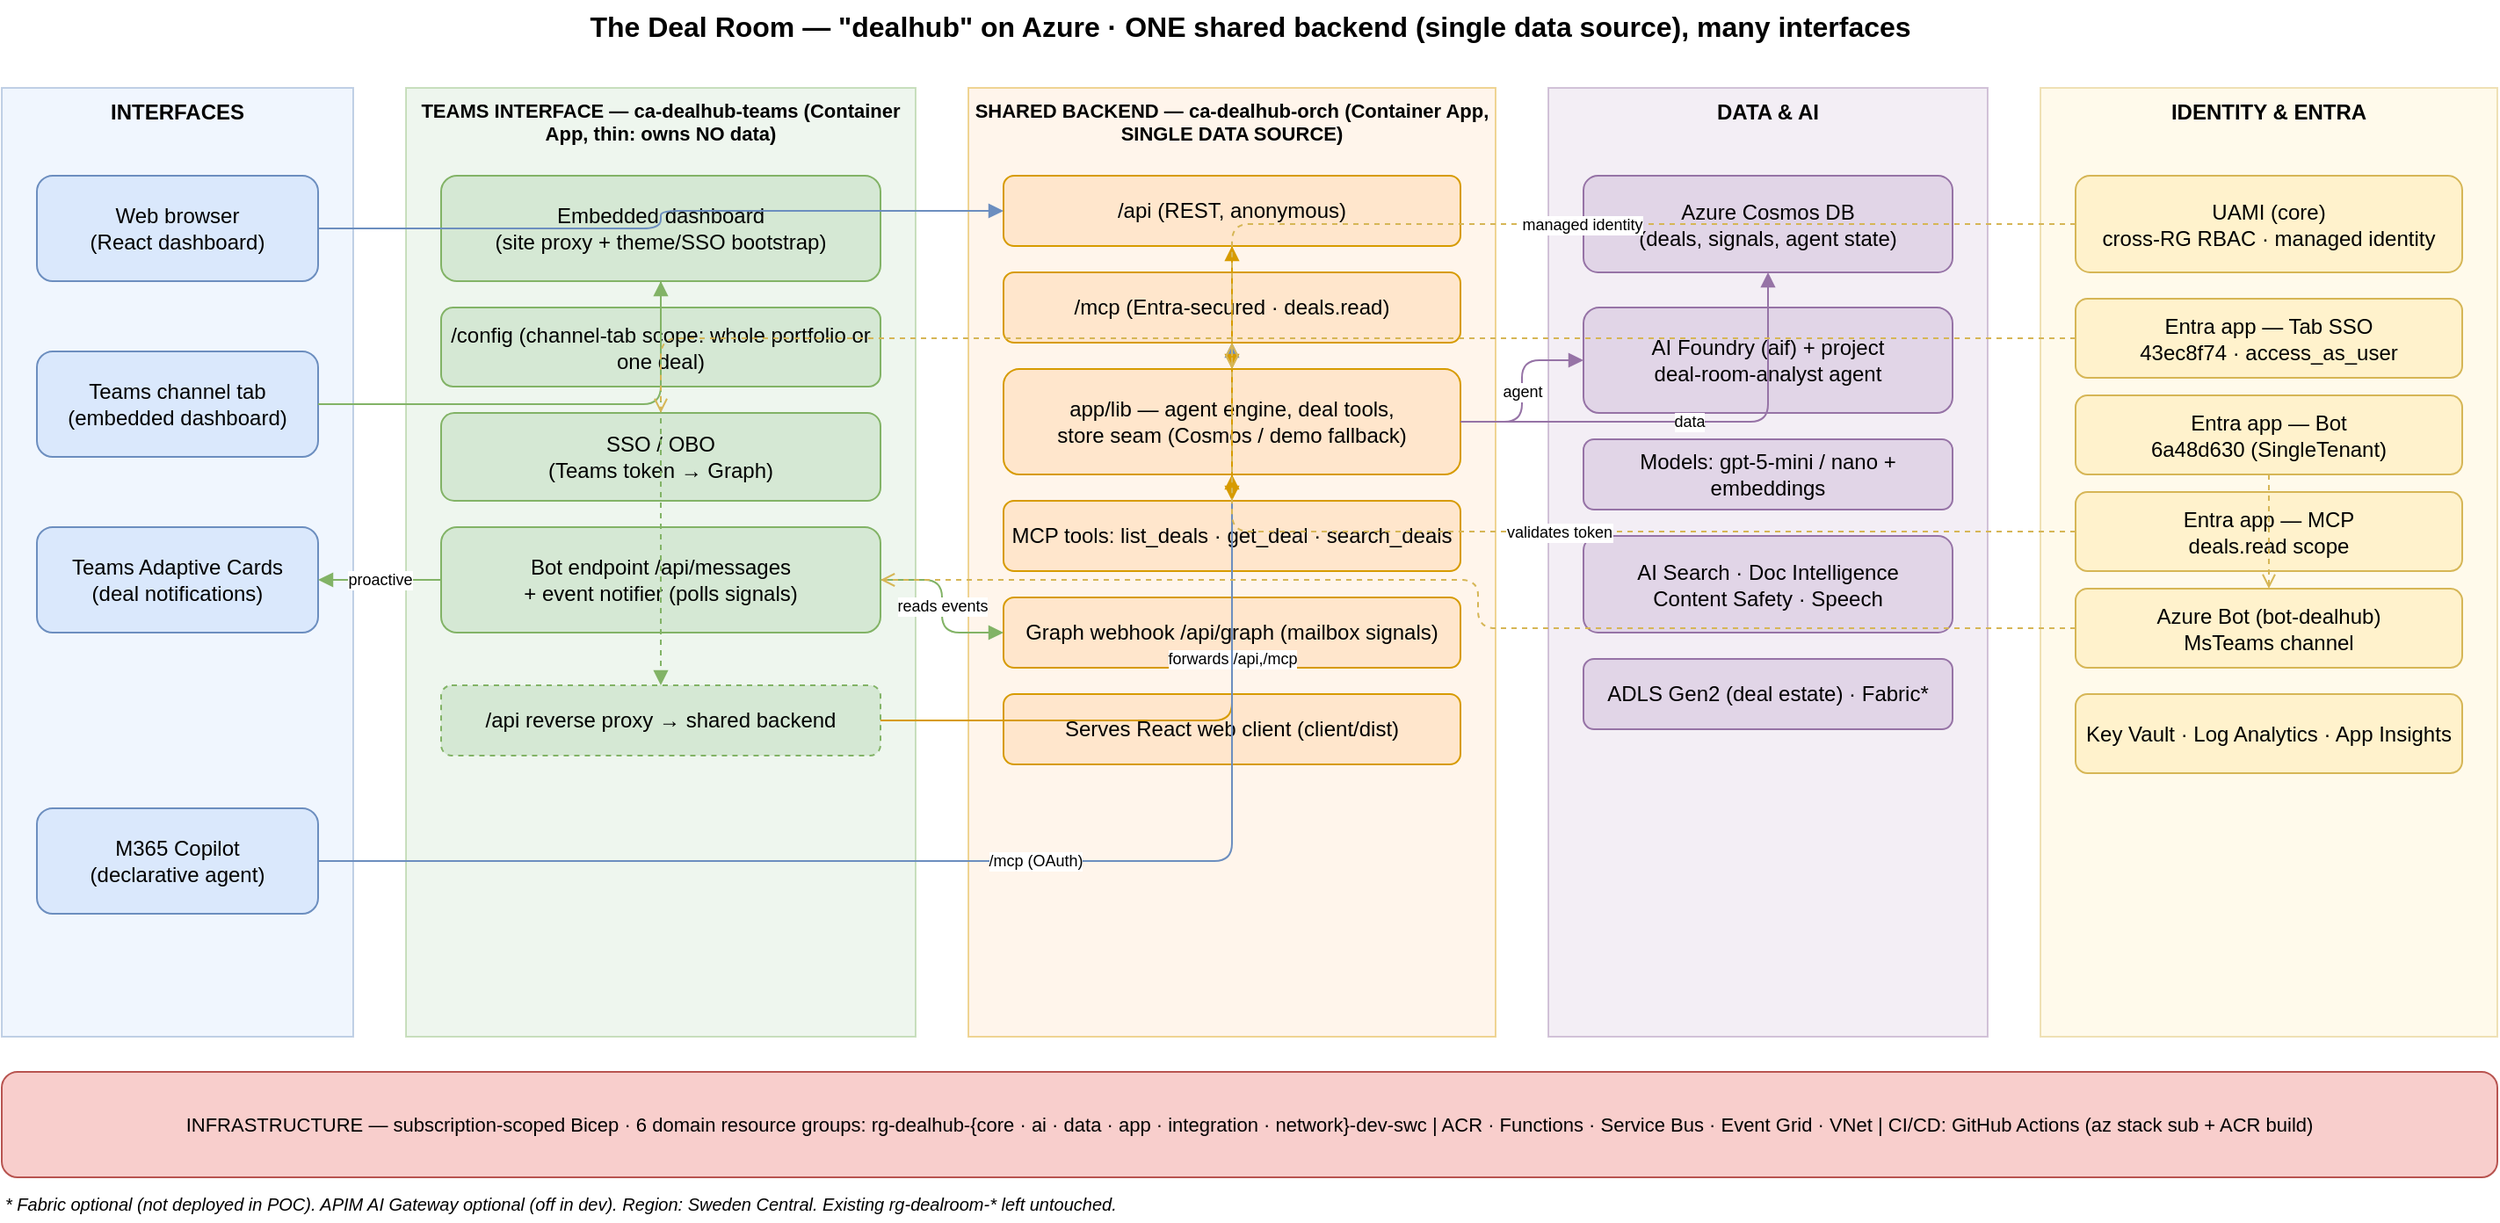
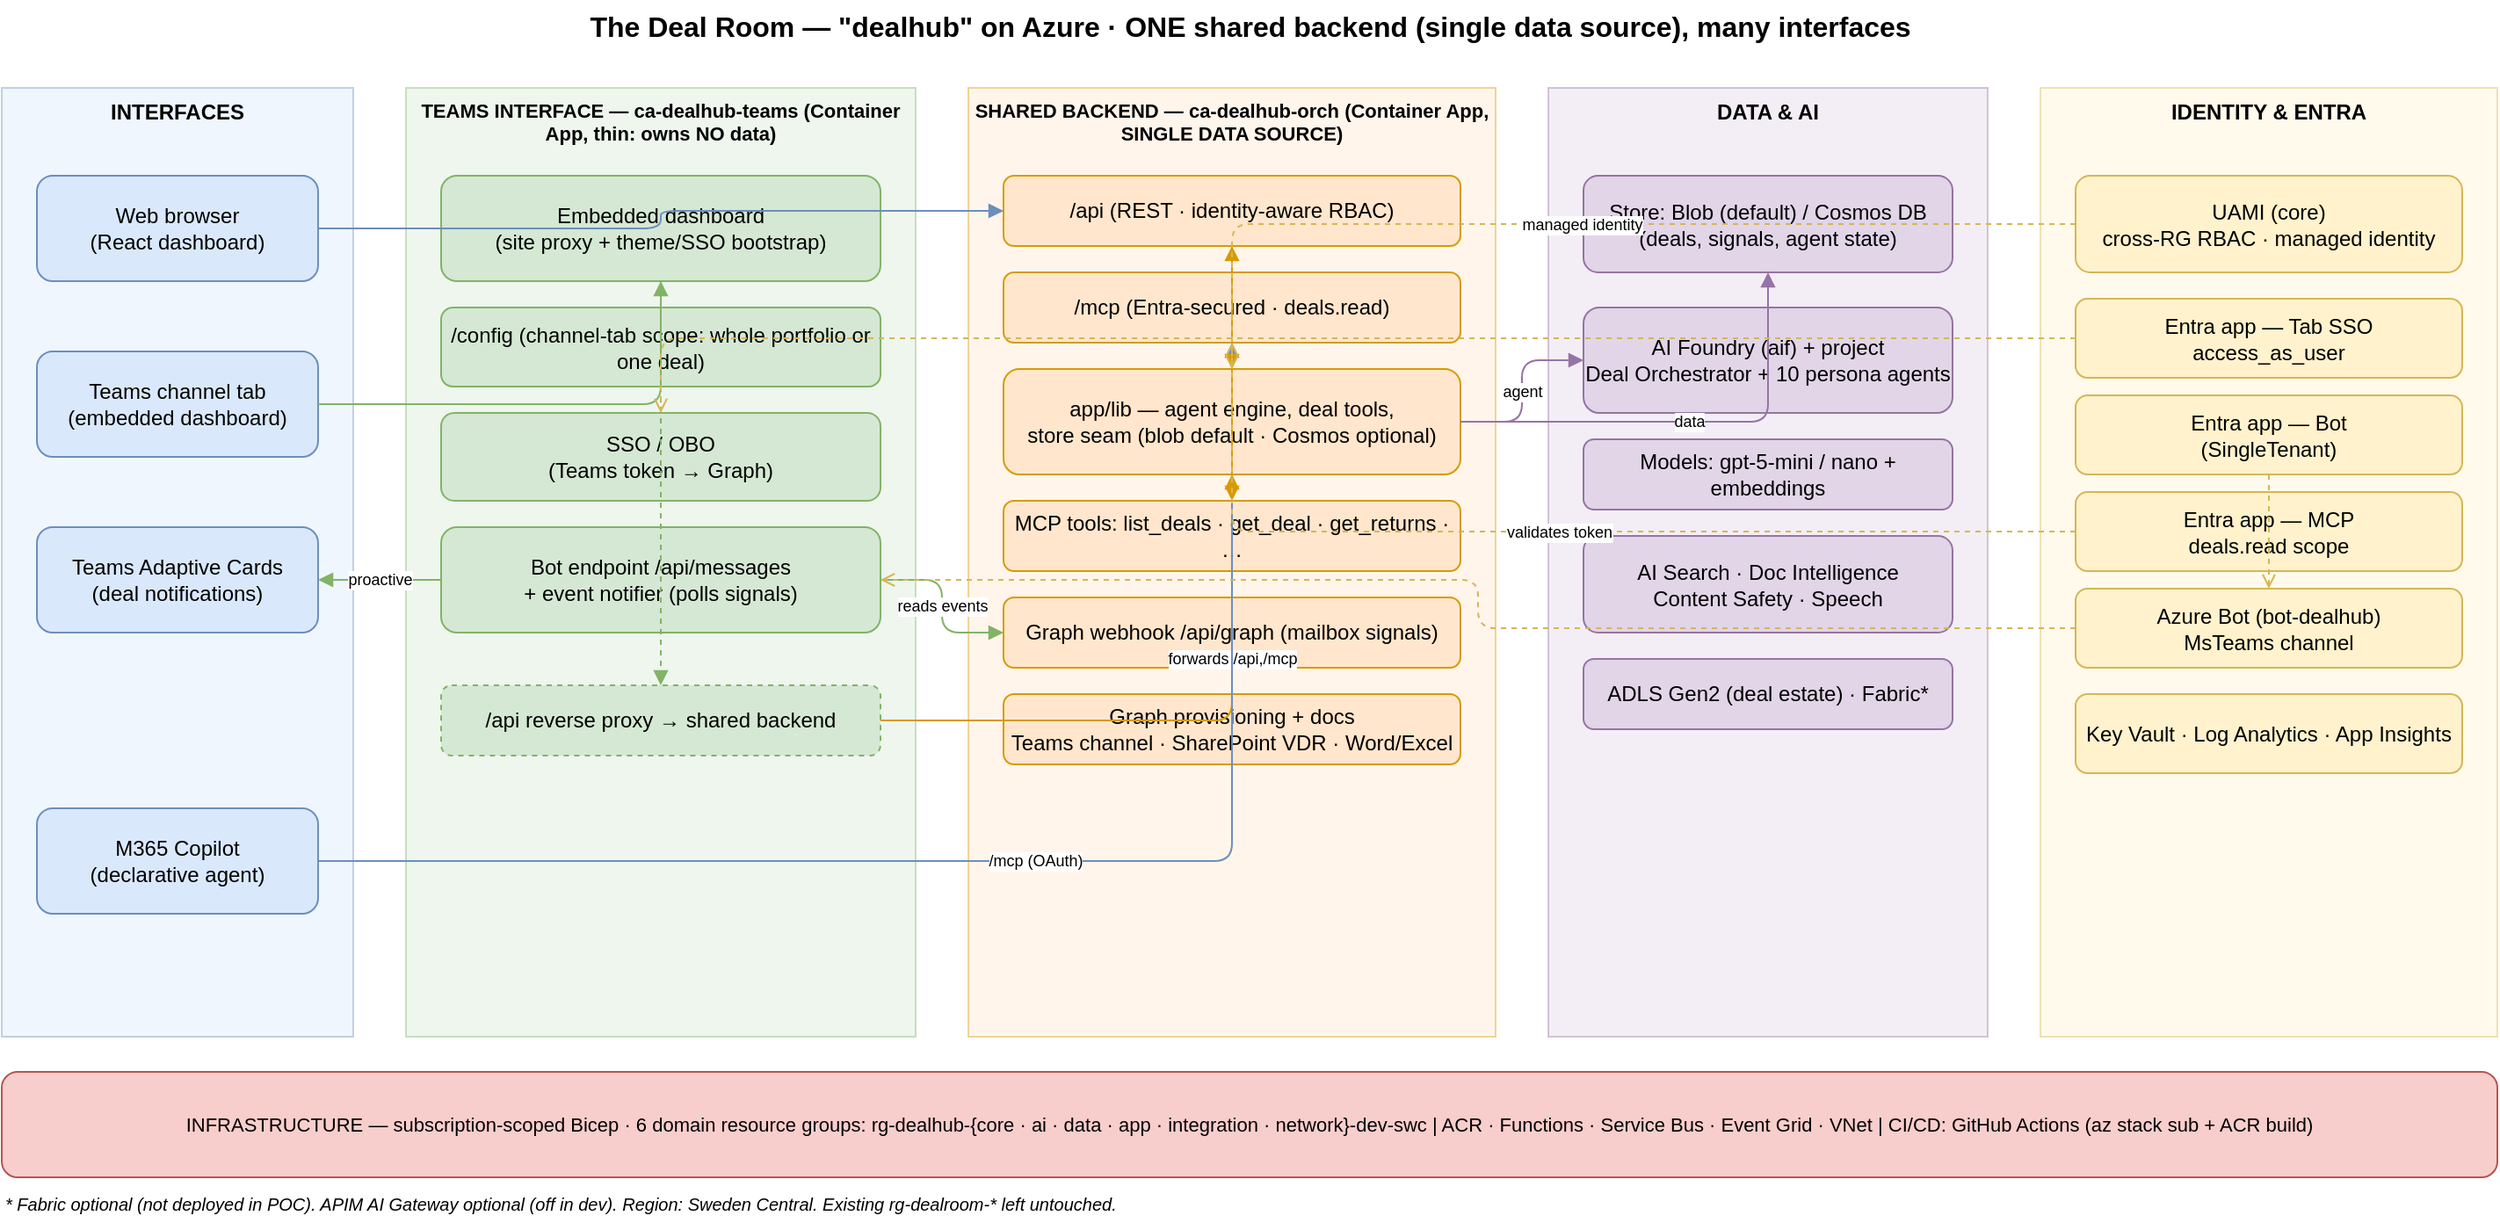
<mxfile host="app.diagrams.net" agent="deal-room" version="24.7.0">
  <diagram name="Deal Room — dealhub" id="dealhub-arch">
    <mxGraphModel dx="1600" dy="1000" grid="1" gridSize="10" guides="1" tooltips="1" connect="1" arrows="1" fold="1" page="1" pageScale="1" pageWidth="1500" pageHeight="1000" math="0" shadow="0">
      <root>
        <mxCell id="0" />
        <mxCell id="1" parent="0" />

        <mxCell id="title" value="The Deal Room — &quot;dealhub&quot; on Azure  ·  ONE shared backend (single data source), many interfaces" style="text;html=1;align=center;verticalAlign=middle;fontSize=16;fontStyle=1;" vertex="1" parent="1">
          <mxGeometry x="40" y="10" width="1420" height="30" as="geometry" />
        </mxCell>

        <!-- ================= LANES ================= -->
        <mxCell id="laneIf" value="INTERFACES" style="rounded=0;whiteSpace=wrap;html=1;verticalAlign=top;fontStyle=1;fontSize=12;fillColor=#dae8fc;strokeColor=#6c8ebf;opacity=40;" vertex="1" parent="1">
          <mxGeometry x="40" y="60" width="200" height="540" as="geometry" />
        </mxCell>
        <mxCell id="laneTeams" value="TEAMS INTERFACE — ca-dealhub-teams (Container App, thin: owns NO data)" style="rounded=0;whiteSpace=wrap;html=1;verticalAlign=top;fontStyle=1;fontSize=11;fillColor=#d5e8d4;strokeColor=#82b366;opacity=40;" vertex="1" parent="1">
          <mxGeometry x="270" y="60" width="290" height="540" as="geometry" />
        </mxCell>
        <mxCell id="laneBackend" value="SHARED BACKEND — ca-dealhub-orch (Container App, SINGLE DATA SOURCE)" style="rounded=0;whiteSpace=wrap;html=1;verticalAlign=top;fontStyle=1;fontSize=11;fillColor=#ffe6cc;strokeColor=#d79b00;opacity=40;" vertex="1" parent="1">
          <mxGeometry x="590" y="60" width="300" height="540" as="geometry" />
        </mxCell>
        <mxCell id="laneData" value="DATA &amp; AI" style="rounded=0;whiteSpace=wrap;html=1;verticalAlign=top;fontStyle=1;fontSize=12;fillColor=#e1d5e7;strokeColor=#9673a6;opacity=40;" vertex="1" parent="1">
          <mxGeometry x="920" y="60" width="250" height="540" as="geometry" />
        </mxCell>
        <mxCell id="laneId" value="IDENTITY &amp; ENTRA" style="rounded=0;whiteSpace=wrap;html=1;verticalAlign=top;fontStyle=1;fontSize=12;fillColor=#fff2cc;strokeColor=#d6b656;opacity=40;" vertex="1" parent="1">
          <mxGeometry x="1200" y="60" width="260" height="540" as="geometry" />
        </mxCell>

        <!-- ================= INTERFACES ================= -->
        <mxCell id="web" value="Web browser&#10;(React dashboard)" style="rounded=1;whiteSpace=wrap;html=1;fillColor=#dae8fc;strokeColor=#6c8ebf;" vertex="1" parent="1">
          <mxGeometry x="60" y="110" width="160" height="60" as="geometry" />
        </mxCell>
        <mxCell id="teamsTab" value="Teams channel tab&#10;(embedded dashboard)" style="rounded=1;whiteSpace=wrap;html=1;fillColor=#dae8fc;strokeColor=#6c8ebf;" vertex="1" parent="1">
          <mxGeometry x="60" y="210" width="160" height="60" as="geometry" />
        </mxCell>
        <mxCell id="teamsCards" value="Teams Adaptive Cards&#10;(deal notifications)" style="rounded=1;whiteSpace=wrap;html=1;fillColor=#dae8fc;strokeColor=#6c8ebf;" vertex="1" parent="1">
          <mxGeometry x="60" y="310" width="160" height="60" as="geometry" />
        </mxCell>
        <mxCell id="copilot" value="M365 Copilot&#10;(declarative agent)" style="rounded=1;whiteSpace=wrap;html=1;fillColor=#dae8fc;strokeColor=#6c8ebf;" vertex="1" parent="1">
          <mxGeometry x="60" y="470" width="160" height="60" as="geometry" />
        </mxCell>

        <!-- ================= TEAMS APP ================= -->
        <mxCell id="tProxy" value="Embedded dashboard&#10;(site proxy + theme/SSO bootstrap)" style="rounded=1;whiteSpace=wrap;html=1;fillColor=#d5e8d4;strokeColor=#82b366;" vertex="1" parent="1">
          <mxGeometry x="290" y="110" width="250" height="60" as="geometry" />
        </mxCell>
        <mxCell id="tConfig" value="/config  (channel-tab scope: whole portfolio or one deal)" style="rounded=1;whiteSpace=wrap;html=1;fillColor=#d5e8d4;strokeColor=#82b366;" vertex="1" parent="1">
          <mxGeometry x="290" y="185" width="250" height="45" as="geometry" />
        </mxCell>
        <mxCell id="tSso" value="SSO / OBO&#10;(Teams token → Graph)" style="rounded=1;whiteSpace=wrap;html=1;fillColor=#d5e8d4;strokeColor=#82b366;" vertex="1" parent="1">
          <mxGeometry x="290" y="245" width="250" height="50" as="geometry" />
        </mxCell>
        <mxCell id="tBot" value="Bot endpoint /api/messages&#10;+ event notifier (polls signals)" style="rounded=1;whiteSpace=wrap;html=1;fillColor=#d5e8d4;strokeColor=#82b366;" vertex="1" parent="1">
          <mxGeometry x="290" y="310" width="250" height="60" as="geometry" />
        </mxCell>
        <mxCell id="tProxyApi" value="/api reverse proxy → shared backend" style="rounded=1;whiteSpace=wrap;html=1;fillColor=#d5e8d4;strokeColor=#82b366;dashed=1;" vertex="1" parent="1">
          <mxGeometry x="290" y="400" width="250" height="40" as="geometry" />
        </mxCell>

        <!-- ================= BACKEND ================= -->
-         <mxCell id="bApi" value="/api  (REST, anonymous)" style="rounded=1;whiteSpace=wrap;html=1;fillColor=#ffe6cc;strokeColor=#d79b00;" vertex="1" parent="1">
+         <mxCell id="bApi" value="/api  (REST · identity-aware RBAC)" style="rounded=1;whiteSpace=wrap;html=1;fillColor=#ffe6cc;strokeColor=#d79b00;" vertex="1" parent="1">
          <mxGeometry x="610" y="110" width="260" height="40" as="geometry" />
        </mxCell>
        <mxCell id="bMcp" value="/mcp  (Entra-secured · deals.read)" style="rounded=1;whiteSpace=wrap;html=1;fillColor=#ffe6cc;strokeColor=#d79b00;" vertex="1" parent="1">
          <mxGeometry x="610" y="165" width="260" height="40" as="geometry" />
        </mxCell>
-         <mxCell id="bLib" value="app/lib — agent engine, deal tools,&#10;store seam (Cosmos / demo fallback)" style="rounded=1;whiteSpace=wrap;html=1;fillColor=#ffe6cc;strokeColor=#d79b00;" vertex="1" parent="1">
+         <mxCell id="bLib" value="app/lib — agent engine, deal tools,&#10;store seam (blob default · Cosmos optional)" style="rounded=1;whiteSpace=wrap;html=1;fillColor=#ffe6cc;strokeColor=#d79b00;" vertex="1" parent="1">
          <mxGeometry x="610" y="220" width="260" height="60" as="geometry" />
        </mxCell>
-         <mxCell id="bTools" value="MCP tools: list_deals · get_deal · search_deals" style="rounded=1;whiteSpace=wrap;html=1;fillColor=#ffe6cc;strokeColor=#d79b00;" vertex="1" parent="1">
+         <mxCell id="bTools" value="MCP tools: list_deals · get_deal · get_returns · …" style="rounded=1;whiteSpace=wrap;html=1;fillColor=#ffe6cc;strokeColor=#d79b00;" vertex="1" parent="1">
          <mxGeometry x="610" y="295" width="260" height="40" as="geometry" />
        </mxCell>
        <mxCell id="bGraph" value="Graph webhook /api/graph (mailbox signals)" style="rounded=1;whiteSpace=wrap;html=1;fillColor=#ffe6cc;strokeColor=#d79b00;" vertex="1" parent="1">
          <mxGeometry x="610" y="350" width="260" height="40" as="geometry" />
        </mxCell>
-         <mxCell id="bWeb" value="Serves React web client (client/dist)" style="rounded=1;whiteSpace=wrap;html=1;fillColor=#ffe6cc;strokeColor=#d79b00;" vertex="1" parent="1">
+         <mxCell id="bWeb" value="Graph provisioning + docs&#10;Teams channel · SharePoint VDR · Word/Excel" style="rounded=1;whiteSpace=wrap;html=1;fillColor=#ffe6cc;strokeColor=#d79b00;" vertex="1" parent="1">
          <mxGeometry x="610" y="405" width="260" height="40" as="geometry" />
        </mxCell>

        <!-- ================= DATA & AI ================= -->
-         <mxCell id="cosmos" value="Azure Cosmos DB&#10;(deals, signals, agent state)" style="rounded=1;whiteSpace=wrap;html=1;fillColor=#e1d5e7;strokeColor=#9673a6;" vertex="1" parent="1">
+         <mxCell id="cosmos" value="Store: Blob (default) / Cosmos DB&#10;(deals, signals, agent state)" style="rounded=1;whiteSpace=wrap;html=1;fillColor=#e1d5e7;strokeColor=#9673a6;" vertex="1" parent="1">
          <mxGeometry x="940" y="110" width="210" height="55" as="geometry" />
        </mxCell>
-         <mxCell id="foundry" value="AI Foundry (aif) + project&#10;deal-room-analyst agent" style="rounded=1;whiteSpace=wrap;html=1;fillColor=#e1d5e7;strokeColor=#9673a6;" vertex="1" parent="1">
+         <mxCell id="foundry" value="AI Foundry (aif) + project&#10;Deal Orchestrator + 10 persona agents" style="rounded=1;whiteSpace=wrap;html=1;fillColor=#e1d5e7;strokeColor=#9673a6;" vertex="1" parent="1">
          <mxGeometry x="940" y="185" width="210" height="60" as="geometry" />
        </mxCell>
        <mxCell id="models" value="Models: gpt-5-mini / nano + embeddings" style="rounded=1;whiteSpace=wrap;html=1;fillColor=#e1d5e7;strokeColor=#9673a6;" vertex="1" parent="1">
          <mxGeometry x="940" y="260" width="210" height="40" as="geometry" />
        </mxCell>
        <mxCell id="aisvc" value="AI Search · Doc Intelligence&#10;Content Safety · Speech" style="rounded=1;whiteSpace=wrap;html=1;fillColor=#e1d5e7;strokeColor=#9673a6;" vertex="1" parent="1">
          <mxGeometry x="940" y="315" width="210" height="55" as="geometry" />
        </mxCell>
        <mxCell id="adls" value="ADLS Gen2 (deal estate) · Fabric*" style="rounded=1;whiteSpace=wrap;html=1;fillColor=#e1d5e7;strokeColor=#9673a6;" vertex="1" parent="1">
          <mxGeometry x="940" y="385" width="210" height="40" as="geometry" />
        </mxCell>

        <!-- ================= IDENTITY ================= -->
        <mxCell id="uami" value="UAMI (core)&#10;cross-RG RBAC · managed identity" style="rounded=1;whiteSpace=wrap;html=1;fillColor=#fff2cc;strokeColor=#d6b656;" vertex="1" parent="1">
          <mxGeometry x="1220" y="110" width="220" height="55" as="geometry" />
        </mxCell>
-         <mxCell id="entraSso" value="Entra app — Tab SSO&#10;43ec8f74 · access_as_user" style="rounded=1;whiteSpace=wrap;html=1;fillColor=#fff2cc;strokeColor=#d6b656;" vertex="1" parent="1">
+         <mxCell id="entraSso" value="Entra app — Tab SSO&#10;access_as_user" style="rounded=1;whiteSpace=wrap;html=1;fillColor=#fff2cc;strokeColor=#d6b656;" vertex="1" parent="1">
          <mxGeometry x="1220" y="180" width="220" height="45" as="geometry" />
        </mxCell>
-         <mxCell id="entraBot" value="Entra app — Bot&#10;6a48d630 (SingleTenant)" style="rounded=1;whiteSpace=wrap;html=1;fillColor=#fff2cc;strokeColor=#d6b656;" vertex="1" parent="1">
+         <mxCell id="entraBot" value="Entra app — Bot&#10;(SingleTenant)" style="rounded=1;whiteSpace=wrap;html=1;fillColor=#fff2cc;strokeColor=#d6b656;" vertex="1" parent="1">
          <mxGeometry x="1220" y="235" width="220" height="45" as="geometry" />
        </mxCell>
        <mxCell id="entraMcp" value="Entra app — MCP&#10;deals.read scope" style="rounded=1;whiteSpace=wrap;html=1;fillColor=#fff2cc;strokeColor=#d6b656;" vertex="1" parent="1">
          <mxGeometry x="1220" y="290" width="220" height="45" as="geometry" />
        </mxCell>
        <mxCell id="azBot" value="Azure Bot (bot-dealhub)&#10;MsTeams channel" style="rounded=1;whiteSpace=wrap;html=1;fillColor=#fff2cc;strokeColor=#d6b656;" vertex="1" parent="1">
          <mxGeometry x="1220" y="345" width="220" height="45" as="geometry" />
        </mxCell>
        <mxCell id="core" value="Key Vault · Log Analytics · App Insights" style="rounded=1;whiteSpace=wrap;html=1;fillColor=#fff2cc;strokeColor=#d6b656;" vertex="1" parent="1">
          <mxGeometry x="1220" y="405" width="220" height="45" as="geometry" />
        </mxCell>

        <!-- ================= INFRA BAR ================= -->
        <mxCell id="infra" value="INFRASTRUCTURE — subscription-scoped Bicep · 6 domain resource groups: rg-dealhub-{core · ai · data · app · integration · network}-dev-swc   |   ACR · Functions · Service Bus · Event Grid · VNet   |   CI/CD: GitHub Actions (az stack sub + ACR build)" style="rounded=1;whiteSpace=wrap;html=1;fillColor=#f8cecc;strokeColor=#b85450;fontSize=11;verticalAlign=middle;" vertex="1" parent="1">
          <mxGeometry x="40" y="620" width="1420" height="60" as="geometry" />
        </mxCell>
        <mxCell id="note" value="* Fabric optional (not deployed in POC). APIM AI Gateway optional (off in dev).  Region: Sweden Central.  Existing rg-dealroom-* left untouched." style="text;html=1;align=left;verticalAlign=middle;fontSize=10;fontStyle=2;" vertex="1" parent="1">
          <mxGeometry x="40" y="685" width="1420" height="20" as="geometry" />
        </mxCell>

        <!-- ================= EDGES ================= -->
        <mxCell id="e1" style="edgeStyle=orthogonalEdgeStyle;rounded=1;html=1;endArrow=block;strokeColor=#6c8ebf;" edge="1" parent="1" source="web" target="bApi"><mxGeometry relative="1" as="geometry" /></mxCell>
        <mxCell id="e2" style="edgeStyle=orthogonalEdgeStyle;rounded=1;html=1;endArrow=block;strokeColor=#82b366;" edge="1" parent="1" source="teamsTab" target="tProxy"><mxGeometry relative="1" as="geometry" /></mxCell>
        <mxCell id="e3" value="forwards /api,/mcp" style="edgeStyle=orthogonalEdgeStyle;rounded=1;html=1;endArrow=block;strokeColor=#d79b00;fontSize=9;" edge="1" parent="1" source="tProxyApi" target="bApi"><mxGeometry relative="1" as="geometry" /></mxCell>
        <mxCell id="e4" style="edgeStyle=orthogonalEdgeStyle;rounded=1;html=1;endArrow=block;dashed=1;strokeColor=#82b366;" edge="1" parent="1" source="tProxy" target="tProxyApi"><mxGeometry relative="1" as="geometry" /></mxCell>
        <mxCell id="e5" value="proactive" style="edgeStyle=orthogonalEdgeStyle;rounded=1;html=1;endArrow=block;strokeColor=#82b366;fontSize=9;" edge="1" parent="1" source="tBot" target="teamsCards"><mxGeometry relative="1" as="geometry" /></mxCell>
        <mxCell id="e6" value="reads events" style="edgeStyle=orthogonalEdgeStyle;rounded=1;html=1;endArrow=block;strokeColor=#82b366;fontSize=9;" edge="1" parent="1" source="tBot" target="bGraph"><mxGeometry relative="1" as="geometry" /></mxCell>
        <mxCell id="e7" value="/mcp (OAuth)" style="edgeStyle=orthogonalEdgeStyle;rounded=1;html=1;endArrow=block;strokeColor=#6c8ebf;fontSize=9;" edge="1" parent="1" source="copilot" target="bMcp"><mxGeometry relative="1" as="geometry" /></mxCell>
        <mxCell id="e8" style="edgeStyle=orthogonalEdgeStyle;rounded=1;html=1;endArrow=block;strokeColor=#d79b00;" edge="1" parent="1" source="bApi" target="bLib"><mxGeometry relative="1" as="geometry" /></mxCell>
        <mxCell id="e9" style="edgeStyle=orthogonalEdgeStyle;rounded=1;html=1;endArrow=block;strokeColor=#d79b00;" edge="1" parent="1" source="bMcp" target="bTools"><mxGeometry relative="1" as="geometry" /></mxCell>
        <mxCell id="e10" style="edgeStyle=orthogonalEdgeStyle;rounded=1;html=1;endArrow=block;strokeColor=#d79b00;" edge="1" parent="1" source="bTools" target="bLib"><mxGeometry relative="1" as="geometry" /></mxCell>
        <mxCell id="e11" value="data" style="edgeStyle=orthogonalEdgeStyle;rounded=1;html=1;endArrow=block;strokeColor=#9673a6;fontSize=9;" edge="1" parent="1" source="bLib" target="cosmos"><mxGeometry relative="1" as="geometry" /></mxCell>
        <mxCell id="e12" value="agent" style="edgeStyle=orthogonalEdgeStyle;rounded=1;html=1;endArrow=block;strokeColor=#9673a6;fontSize=9;" edge="1" parent="1" source="bLib" target="foundry"><mxGeometry relative="1" as="geometry" /></mxCell>
        <mxCell id="e13" value="managed identity" style="edgeStyle=orthogonalEdgeStyle;rounded=1;html=1;endArrow=open;dashed=1;strokeColor=#d6b656;fontSize=9;" edge="1" parent="1" source="uami" target="bLib"><mxGeometry relative="1" as="geometry" /></mxCell>
        <mxCell id="e14" style="edgeStyle=orthogonalEdgeStyle;rounded=1;html=1;endArrow=open;dashed=1;strokeColor=#d6b656;" edge="1" parent="1" source="entraSso" target="tSso"><mxGeometry relative="1" as="geometry" /></mxCell>
        <mxCell id="e15" style="edgeStyle=orthogonalEdgeStyle;rounded=1;html=1;endArrow=open;dashed=1;strokeColor=#d6b656;" edge="1" parent="1" source="entraBot" target="azBot"><mxGeometry relative="1" as="geometry" /></mxCell>
        <mxCell id="e16" style="edgeStyle=orthogonalEdgeStyle;rounded=1;html=1;endArrow=open;dashed=1;strokeColor=#d6b656;" edge="1" parent="1" source="azBot" target="tBot"><mxGeometry relative="1" as="geometry" /></mxCell>
        <mxCell id="e17" value="validates token" style="edgeStyle=orthogonalEdgeStyle;rounded=1;html=1;endArrow=open;dashed=1;strokeColor=#d6b656;fontSize=9;" edge="1" parent="1" source="entraMcp" target="bMcp"><mxGeometry relative="1" as="geometry" /></mxCell>
      </root>
    </mxGraphModel>
  </diagram>
</mxfile>
